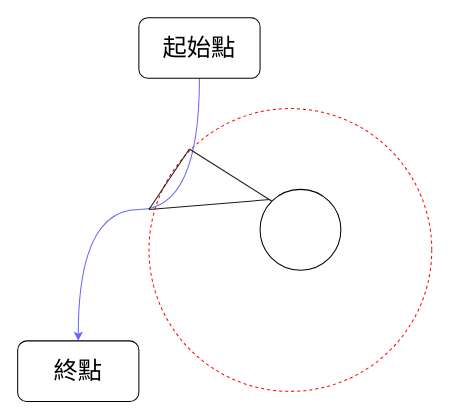
pengzhen80/PigeonRace keeps this draw.io diagram as Untitled Diagram.drawio. Above is the earlier version. Source tidied: cells renumbered, new cells numbered last; positions are measured from the earlier drawing's top-left corner, leaving out a move shared by most shapes. Both pictures are drawn from the tidied source at 101%, with x=0, y=0 at pixel (17, 17).
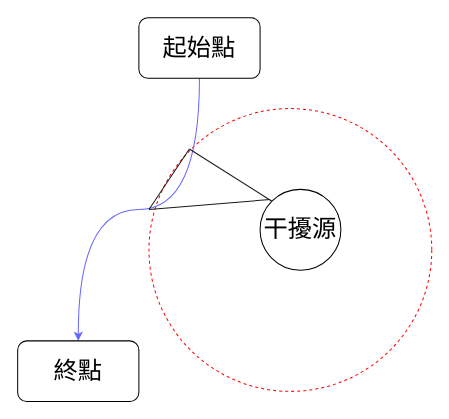
The same page after the edit.

Diff of the diagram source:
```diff
@@
 <mxGraphModel>
   <root>
     <mxCell id="0" />
     <mxCell id="1" parent="0" />
     <mxCell id="2" style="ellipse;whiteSpace=wrap;html=1;dashed=1;strokeColor=#FF0000;" parent="1" vertex="1">
       <mxGeometry x="130" y="90" width="280" height="280" as="geometry" />
     </mxCell>
     <mxCell id="3" style="curved=1;endArrow=classic;html=1;rounded=0;entryX=0.5;entryY=0;entryDx=0;entryDy=0;strokeColor=#6666FF;edgeStyle=orthogonalEdgeStyle;exitX=0.5;exitY=1;exitDx=0;exitDy=0;" parent="1" edge="1" source="5" target="6">
       <mxGeometry relative="1" as="geometry" />
     </mxCell>
-    <mxCell id="4" style="ellipse;whiteSpace=wrap;html=1;" parent="1" vertex="1">
+    <mxCell id="4" value="&lt;font style=&quot;font-size: 24px&quot;&gt;干擾源&lt;/font&gt;" style="ellipse;whiteSpace=wrap;html=1;" parent="1" vertex="1">
       <mxGeometry x="240" y="170" width="80" height="80" as="geometry" />
     </mxCell>
     <mxCell id="5" value="&lt;font style=&quot;font-size: 24px&quot;&gt;起始點&lt;/font&gt;" style="rounded=1;whiteSpace=wrap;html=1;" parent="1" vertex="1">
       <mxGeometry x="120" width="120" height="60" as="geometry" />
     </mxCell>
     <mxCell id="6" value="&lt;font style=&quot;font-size: 24px&quot;&gt;終點&lt;/font&gt;" style="rounded=1;whiteSpace=wrap;html=1;" parent="1" vertex="1">
       <mxGeometry y="320" width="120" height="60" as="geometry" />
     </mxCell>
     <mxCell id="7" style="endArrow=none;html=1;rounded=0;strokeColor=#1A1A1A;curved=1;entryX=0;entryY=0;entryDx=0;entryDy=0;" parent="1" edge="1" target="4">
       <mxGeometry relative="1" as="geometry">
         <mxPoint x="170" y="130" as="sourcePoint" />
       </mxGeometry>
     </mxCell>
     <mxCell id="8" style="endArrow=none;html=1;rounded=0;strokeColor=#1A1A1A;curved=1;" parent="1" edge="1">
       <mxGeometry relative="1" as="geometry">
         <mxPoint x="130" y="190" as="sourcePoint" />
         <mxPoint x="250" y="180" as="targetPoint" />
       </mxGeometry>
     </mxCell>
     <mxCell id="9" style="endArrow=none;html=1;rounded=0;strokeColor=#1A1A1A;curved=1;" parent="1" edge="1">
       <mxGeometry relative="1" as="geometry">
         <mxPoint x="130" y="190" as="sourcePoint" />
         <mxPoint x="170" y="130" as="targetPoint" />
       </mxGeometry>
     </mxCell>
   </root>
 </mxGraphModel>
```
